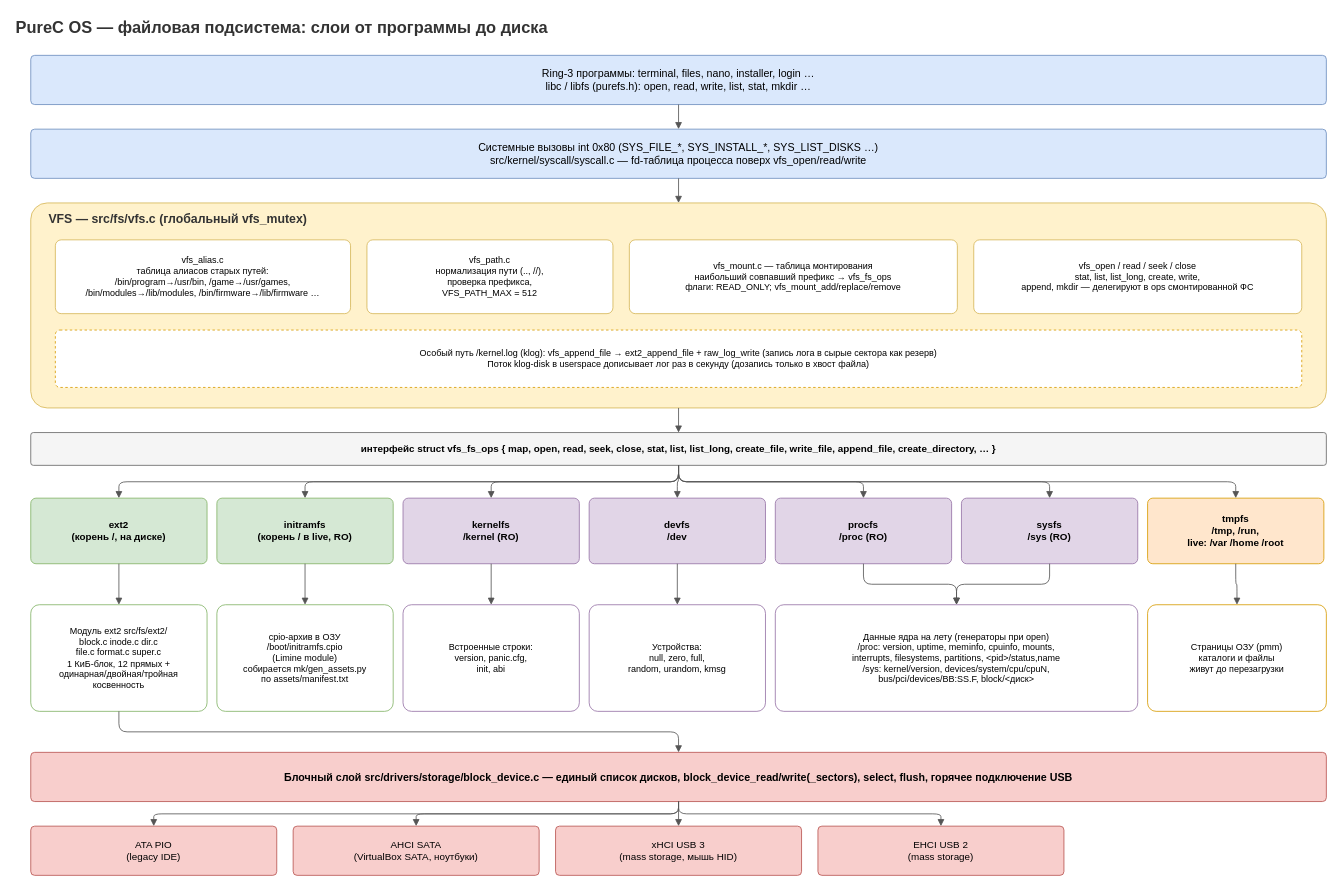
Earlier version of the draw.io diagram page "1. Архитектура VFS" (1 of 3) of docs/filesystem.drawio (PureC-OS/PureC-OS). Source tidied: cells renumbered, new cells numbered last; positions are measured from the earlier drawing's top-left corner, leaving out a move shared by most shapes. Both pictures are drawn from the tidied source at 82%, with x=0, y=0 at pixel (14, 14).
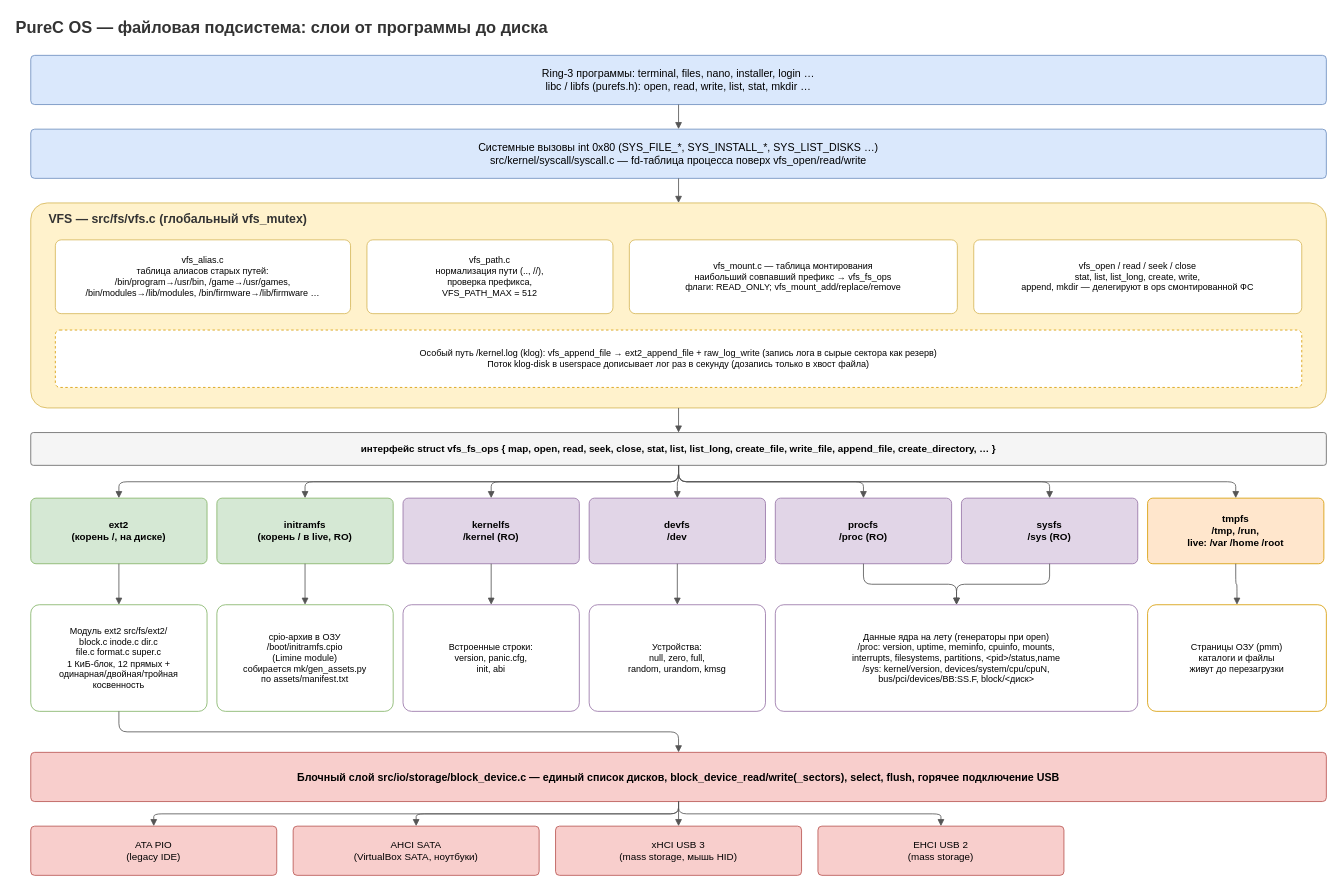
Above is the later version.

Change to the diagram source:
```diff
@@
-    <mxCell id="40" value="Блочный слой  src/drivers/storage/block_device.c  —  единый список дисков, block_device_read/write(_sectors), select, flush, горячее подключение USB" style="rounded=1;whiteSpace=wrap;html=1;fillColor=#f8cecc;strokeColor=#b85450;fontSize=13;align=center;verticalAlign=middle;arcSize=8;fontStyle=1;" parent="1" vertex="1">
+    <mxCell id="40" value="Блочный слой  src/io/storage/block_device.c  —  единый список дисков, block_device_read/write(_sectors), select, flush, горячее подключение USB" style="rounded=1;whiteSpace=wrap;html=1;fillColor=#f8cecc;strokeColor=#b85450;fontSize=13;align=center;verticalAlign=middle;arcSize=8;fontStyle=1;" parent="1" vertex="1">
       <mxGeometry x="20" y="900" width="1580" height="60" as="geometry" />
     </mxCell>
```
